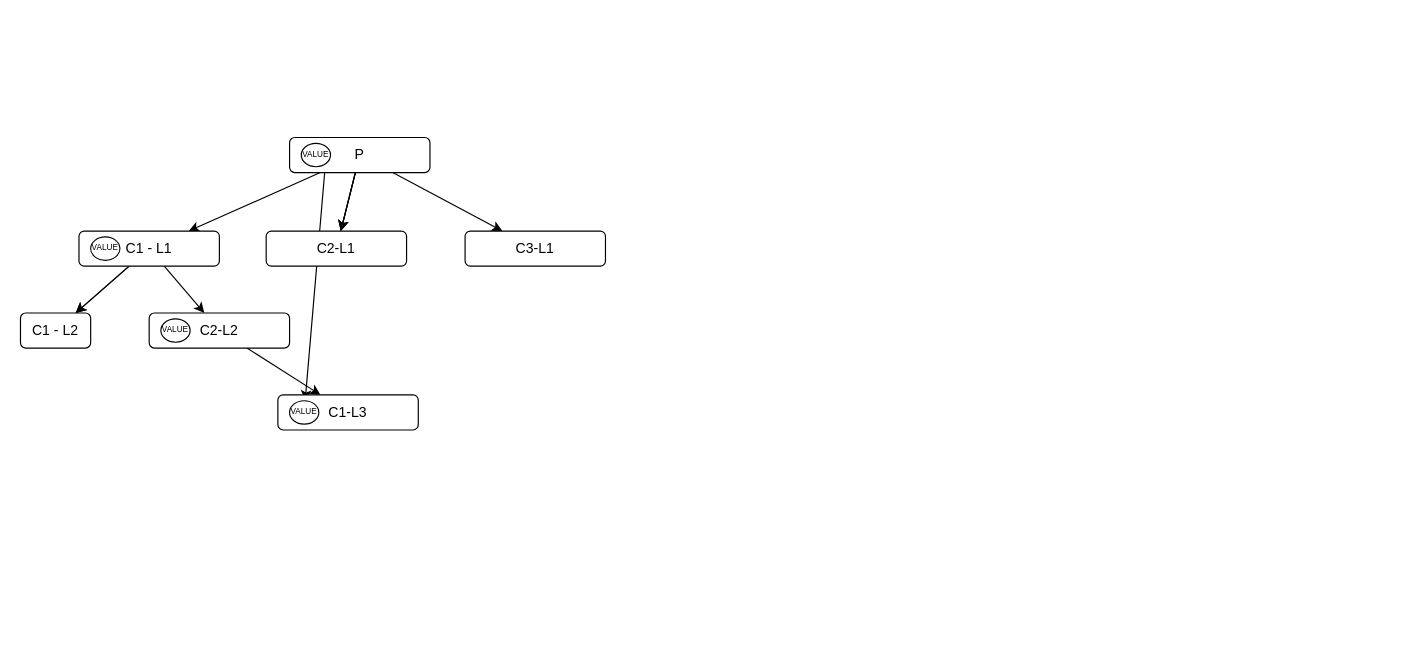
Above: src/API/useContext.drawio in jeevaninit/React6AM20241030 (draw.io), before the change. Source tidied: cells renumbered, new cells numbered last; positions are measured from the earlier drawing's top-left corner, leaving out a move shared by most shapes. Both pictures are drawn from the tidied source at 117%, with x=0, y=0 at pixel (20, 137).
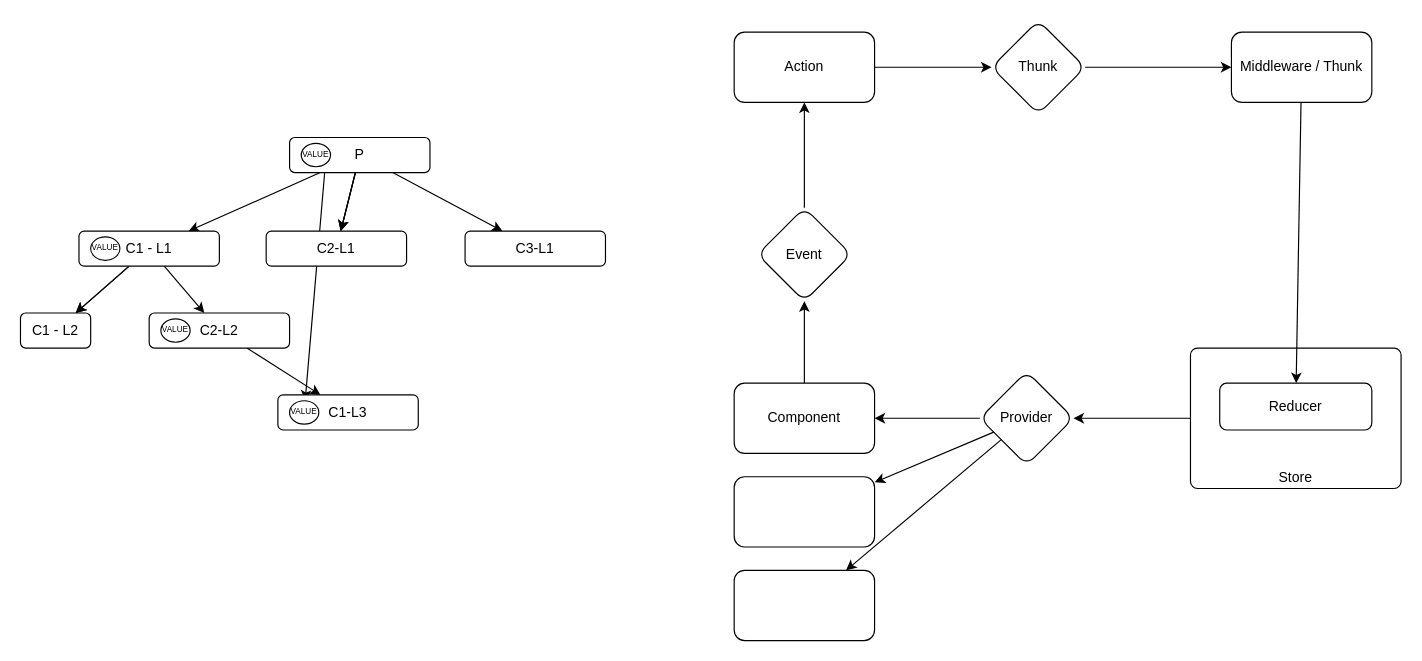
The same page after the edit.

The edit, as a diff of the source:
```diff
@@
+    <mxCell id="24" style="edgeStyle=none;html=1;" parent="1" edge="1" source="25" target="30">
+      <mxGeometry relative="1" as="geometry" />
+    </mxCell>
+    <mxCell id="25" value="Store" style="rounded=1;whiteSpace=wrap;html=1;verticalAlign=bottom;arcSize=5;" parent="1" vertex="1">
+      <mxGeometry x="1000" y="180" width="180" height="120" as="geometry" />
+    </mxCell>
+    <mxCell id="26" value="Reducer" style="rounded=1;whiteSpace=wrap;html=1;" parent="1" vertex="1">
+      <mxGeometry x="1025" y="210" width="130" height="40" as="geometry" />
+    </mxCell>
+    <mxCell id="27" style="edgeStyle=none;html=1;" parent="1" edge="1" source="30" target="32">
+      <mxGeometry relative="1" as="geometry" />
+    </mxCell>
+    <mxCell id="28" style="edgeStyle=none;html=1;" parent="1" edge="1" source="30" target="41">
+      <mxGeometry relative="1" as="geometry" />
+    </mxCell>
+    <mxCell id="29" style="edgeStyle=none;html=1;" parent="1" edge="1" source="30" target="42">
+      <mxGeometry relative="1" as="geometry" />
+    </mxCell>
+    <mxCell id="30" value="Provider" style="rhombus;whiteSpace=wrap;html=1;verticalAlign=middle;rounded=1;" parent="1" vertex="1">
+      <mxGeometry x="820" y="200" width="80" height="80" as="geometry" />
+    </mxCell>
+    <mxCell id="31" style="edgeStyle=none;html=1;" parent="1" edge="1" source="32" target="34">
+      <mxGeometry relative="1" as="geometry" />
+    </mxCell>
+    <mxCell id="32" value="Component" style="whiteSpace=wrap;html=1;rounded=1;" parent="1" vertex="1">
+      <mxGeometry x="610" y="210" width="120" height="60" as="geometry" />
+    </mxCell>
+    <mxCell id="33" style="edgeStyle=none;html=1;" parent="1" edge="1" source="34" target="36">
+      <mxGeometry relative="1" as="geometry" />
+    </mxCell>
+    <mxCell id="34" value="Event" style="rhombus;whiteSpace=wrap;html=1;rounded=1;" parent="1" vertex="1">
+      <mxGeometry x="630" y="60" width="80" height="80" as="geometry" />
+    </mxCell>
+    <mxCell id="35" style="edgeStyle=none;html=1;" parent="1" edge="1" source="36" target="38">
+      <mxGeometry relative="1" as="geometry" />
+    </mxCell>
+    <mxCell id="36" value="Action" style="whiteSpace=wrap;html=1;rounded=1;" parent="1" vertex="1">
+      <mxGeometry x="610" y="-90" width="120" height="60" as="geometry" />
+    </mxCell>
+    <mxCell id="37" style="edgeStyle=none;html=1;" parent="1" edge="1" source="38" target="40">
+      <mxGeometry relative="1" as="geometry" />
+    </mxCell>
+    <mxCell id="38" value="Thunk" style="rhombus;whiteSpace=wrap;html=1;rounded=1;" parent="1" vertex="1">
+      <mxGeometry x="830" y="-100" width="80" height="80" as="geometry" />
+    </mxCell>
+    <mxCell id="39" style="edgeStyle=none;html=1;" parent="1" edge="1" source="40" target="26">
+      <mxGeometry relative="1" as="geometry" />
+    </mxCell>
+    <mxCell id="40" value="Middleware / Thunk" style="whiteSpace=wrap;html=1;rounded=1;" parent="1" vertex="1">
+      <mxGeometry x="1035" y="-90" width="120" height="60" as="geometry" />
+    </mxCell>
+    <mxCell id="41" style="whiteSpace=wrap;html=1;rounded=1;" parent="1" vertex="1">
+      <mxGeometry x="610" y="290" width="120" height="60" as="geometry" />
+    </mxCell>
+    <mxCell id="42" style="whiteSpace=wrap;html=1;rounded=1;" parent="1" vertex="1">
+      <mxGeometry x="610" y="370" width="120" height="60" as="geometry" />
+    </mxCell>
```
